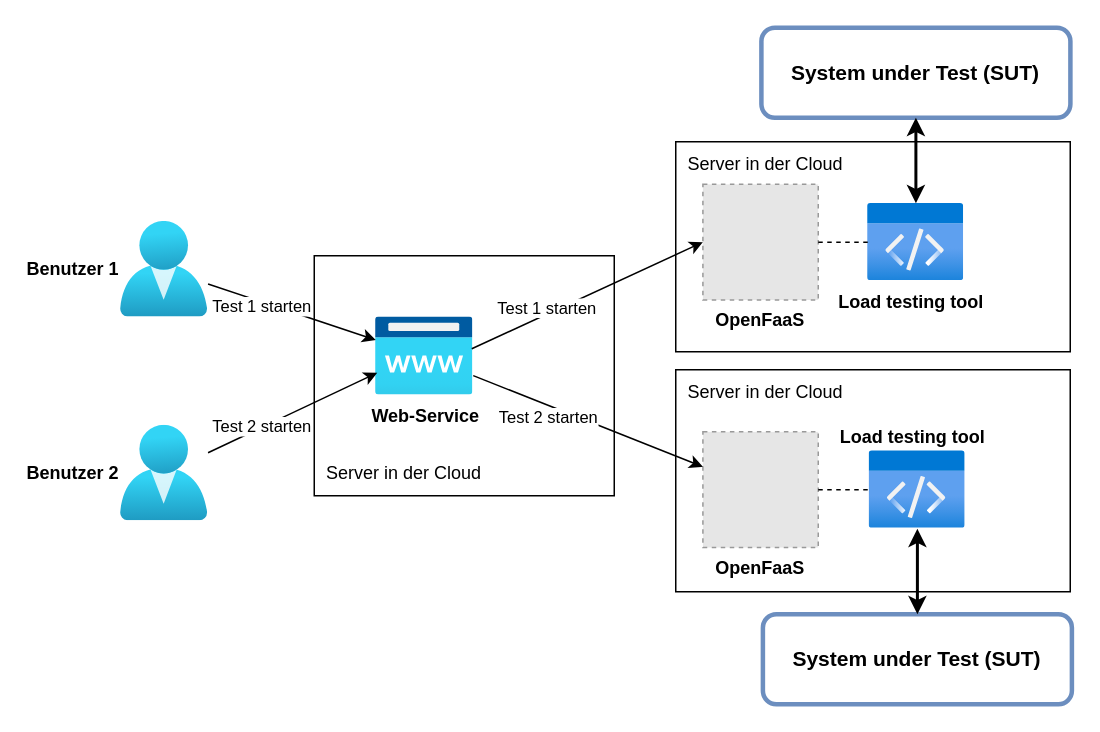
Earlier version of the draw.io diagram drawio/lastverteilungOpenFaaS.drawio (JadKHaddad/Openfaas-Performance-Testing-as-a-Service). Source tidied: cells renumbered, new cells numbered last; positions are measured from the earlier drawing's top-left corner, leaving out a move shared by most shapes. Both pictures are drawn from the tidied source at 150%, with x=0, y=0 at pixel (120, 27). Pictures stored in the file or linked from it are replaced by grey dashed boxes.
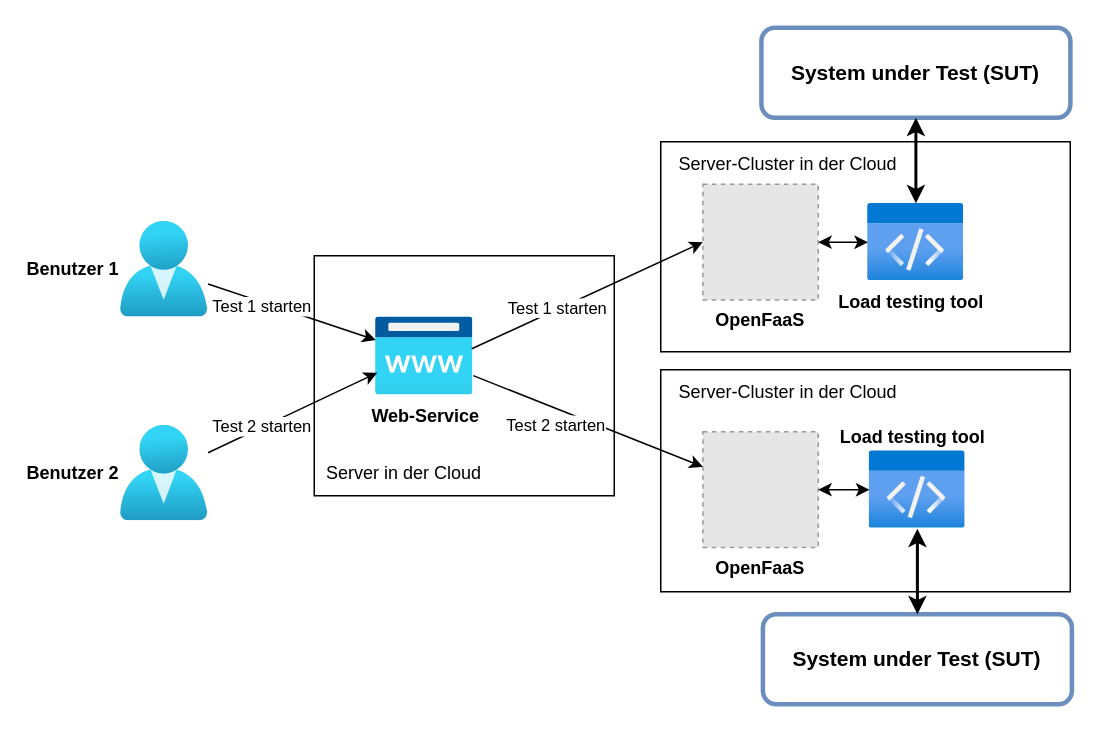
Above is the later version.

Unchanged cells that the change refers to:
```xml
<mxCell id="7" value="Load testing tool&amp;nbsp;&amp;nbsp;" style="html=1;points=[];align=center;image;fontSize=12;image=img/lib/azure2/general/Code.svg;fontStyle=1;labelBackgroundColor=#FFFFFF;labelBorderColor=none;fontColor=default;labelPosition=center;verticalLabelPosition=bottom;verticalAlign=top;" parent="1" vertex="1">
  <mxGeometry x="498.1" y="117" width="64" height="52" as="geometry" />
</mxCell>
<mxCell id="9" value="OpenFaaS" style="fillColor=#E6E6E6;strokeColor=#999999;dashed=1;verticalLabelPosition=bottom;verticalAlign=top;fontStyle=1;" parent="1" vertex="1">
  <mxGeometry x="388.1" y="104.4" width="76.9" height="77.1" as="geometry" />
</mxCell>
<mxCell id="16" value="Load testing tool&amp;nbsp;&amp;nbsp;" style="html=1;points=[];align=center;image;fontSize=12;image=img/lib/azure2/general/Code.svg;fontStyle=1;labelBackgroundColor=#FFFFFF;labelBorderColor=none;fontColor=default;labelPosition=center;verticalLabelPosition=top;verticalAlign=bottom;" parent="1" vertex="1">
  <mxGeometry x="499.1" y="282" width="64" height="52" as="geometry" />
</mxCell>
<mxCell id="18" value="OpenFaaS" style="fillColor=#E6E6E6;strokeColor=#999999;dashed=1;verticalLabelPosition=bottom;verticalAlign=top;fontStyle=1;" parent="1" vertex="1">
  <mxGeometry x="388.1" y="269.4" width="76.9" height="77.1" as="geometry" />
</mxCell>
<mxCell id="23" style="endArrow=classic;html=1;rounded=0;entryX=0;entryY=0.5;entryDx=0;entryDy=0;exitX=0.985;exitY=0.404;exitDx=0;exitDy=0;exitPerimeter=0;" parent="1" edge="1" source="5" target="9">
  <mxGeometry relative="1" as="geometry" />
</mxCell>
<mxCell id="27" style="endArrow=classic;html=1;rounded=0;" parent="1" edge="1" source="5" target="18">
  <mxGeometry relative="1" as="geometry" />
</mxCell>
```

The edit, as a diff of the source:
```diff
@@
     <mxCell id="2" style="rounded=0;whiteSpace=wrap;html=1;fillColor=none;" parent="1" vertex="1">
-      <mxGeometry x="370" y="76" width="263" height="140" as="geometry" />
+      <mxGeometry x="360" y="76" width="273" height="140" as="geometry" />
     </mxCell>
@@
-    <mxCell id="12" style="endArrow=none;dashed=1;html=1;rounded=0;exitX=1;exitY=0.5;exitDx=0;exitDy=0;" parent="1" edge="1" source="9" target="7">
+    <mxCell id="12" style="endArrow=classic;html=1;rounded=0;exitX=1;exitY=0.5;exitDx=0;exitDy=0;endFill=1;startArrow=classic;startFill=1;" parent="1" edge="1" source="9" target="7">
       <mxGeometry relative="1" as="geometry" />
     </mxCell>
-    <mxCell id="13" value="Server in der Cloud" style="text;html=1;strokeColor=none;fillColor=none;align=center;verticalAlign=middle;whiteSpace=wrap;rounded=0;" parent="1" vertex="1">
-      <mxGeometry x="370" y="76" width="120" height="30" as="geometry" />
+    <mxCell id="13" value="Server-Cluster in der Cloud" style="text;html=1;strokeColor=none;fillColor=none;align=center;verticalAlign=middle;whiteSpace=wrap;rounded=0;" parent="1" vertex="1">
+      <mxGeometry x="370" y="76" width="150" height="30" as="geometry" />
     </mxCell>
     <mxCell id="14" style="rounded=0;whiteSpace=wrap;html=1;fillColor=none;" parent="1" vertex="1">
-      <mxGeometry x="370" y="228" width="263" height="148" as="geometry" />
+      <mxGeometry x="360" y="228" width="273" height="148" as="geometry" />
     </mxCell>
@@
-    <mxCell id="19" style="endArrow=none;dashed=1;html=1;rounded=0;exitX=1;exitY=0.5;exitDx=0;exitDy=0;" parent="1" edge="1" source="18" target="16">
+    <mxCell id="19" style="endArrow=classic;html=1;rounded=0;exitX=1;exitY=0.5;exitDx=0;exitDy=0;endFill=1;startArrow=classic;startFill=1;" parent="1" edge="1" source="18" target="16">
       <mxGeometry relative="1" as="geometry" />
     </mxCell>
-    <mxCell id="20" value="Server in der Cloud" style="text;html=1;strokeColor=none;fillColor=none;align=center;verticalAlign=middle;whiteSpace=wrap;rounded=0;" parent="1" vertex="1">
-      <mxGeometry x="370" y="228" width="120" height="30" as="geometry" />
-    </mxCell>
@@
     <mxCell id="24" value="Test 1 starten" style="edgeLabel;html=1;align=center;verticalAlign=middle;" parent="23" vertex="1">
       <mxGeometry x="-0.22" y="1" relative="1" as="geometry">
-        <mxPoint x="-10" y="1" as="offset" />
+        <mxPoint x="-3" y="1" as="offset" />
       </mxGeometry>
     </mxCell>
@@
     <mxCell id="28" value="Test 2 starten" style="edgeLabel;html=1;align=center;verticalAlign=middle;" parent="27" vertex="1">
       <mxGeometry x="-0.22" y="1" relative="1" as="geometry">
-        <mxPoint x="-10" y="5" as="offset" />
+        <mxPoint x="-5" y="10" as="offset" />
       </mxGeometry>
     </mxCell>
+    <mxCell id="29" value="Server-Cluster in der Cloud" style="text;html=1;strokeColor=none;fillColor=none;align=center;verticalAlign=middle;whiteSpace=wrap;rounded=0;" parent="1" vertex="1">
+      <mxGeometry x="370" y="228" width="150" height="30" as="geometry" />
+    </mxCell>
```
